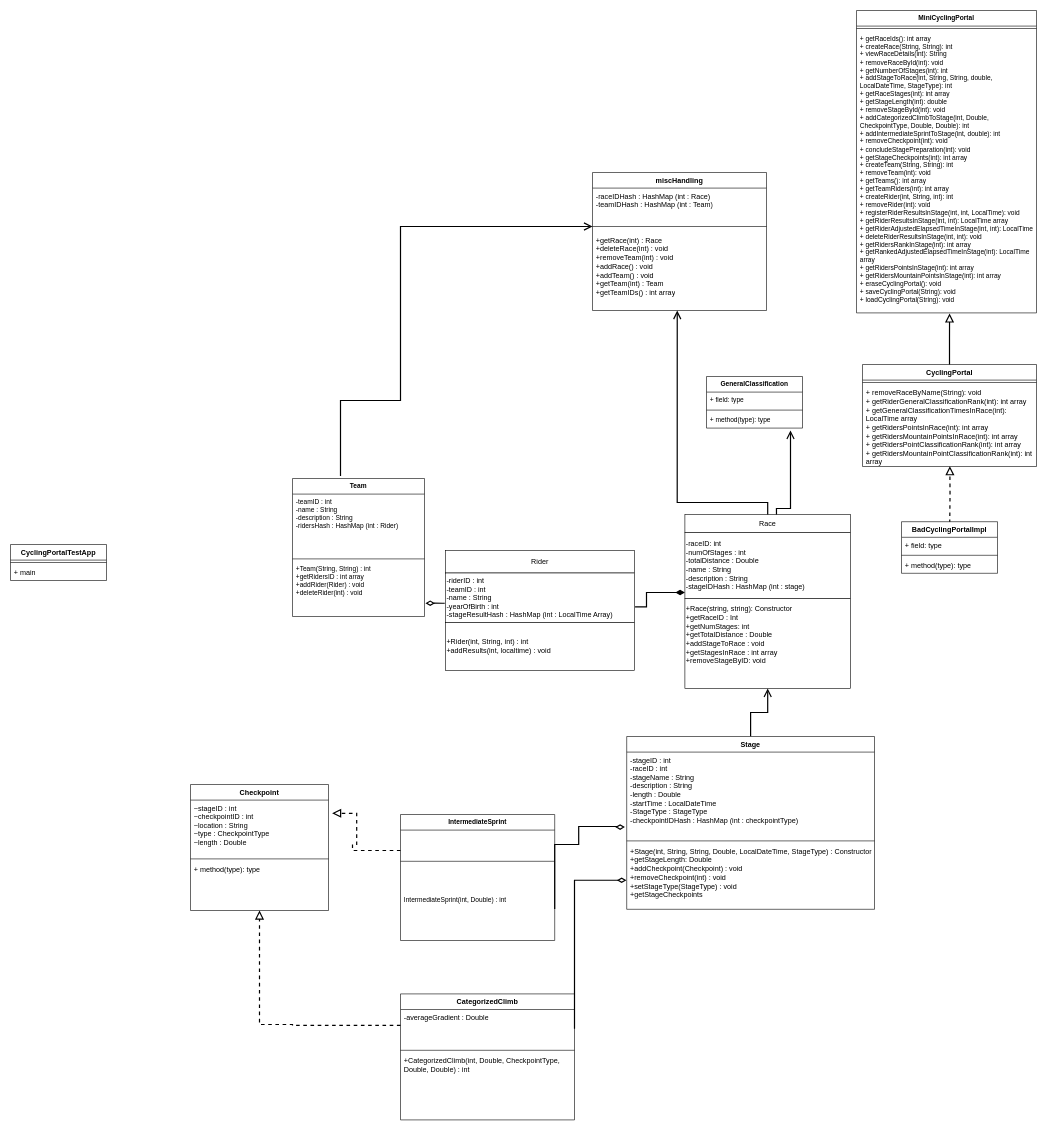
Above: OOPCyclingUML.drawio in Negativity7477/Bike-Racing (draw.io), before the change. Source tidied: cells renumbered, new cells numbered last; positions are measured from the earlier drawing's top-left corner, leaving out a move shared by most shapes. Both pictures are drawn from the tidied source at 60%, with x=0, y=0 at pixel (10, 10).
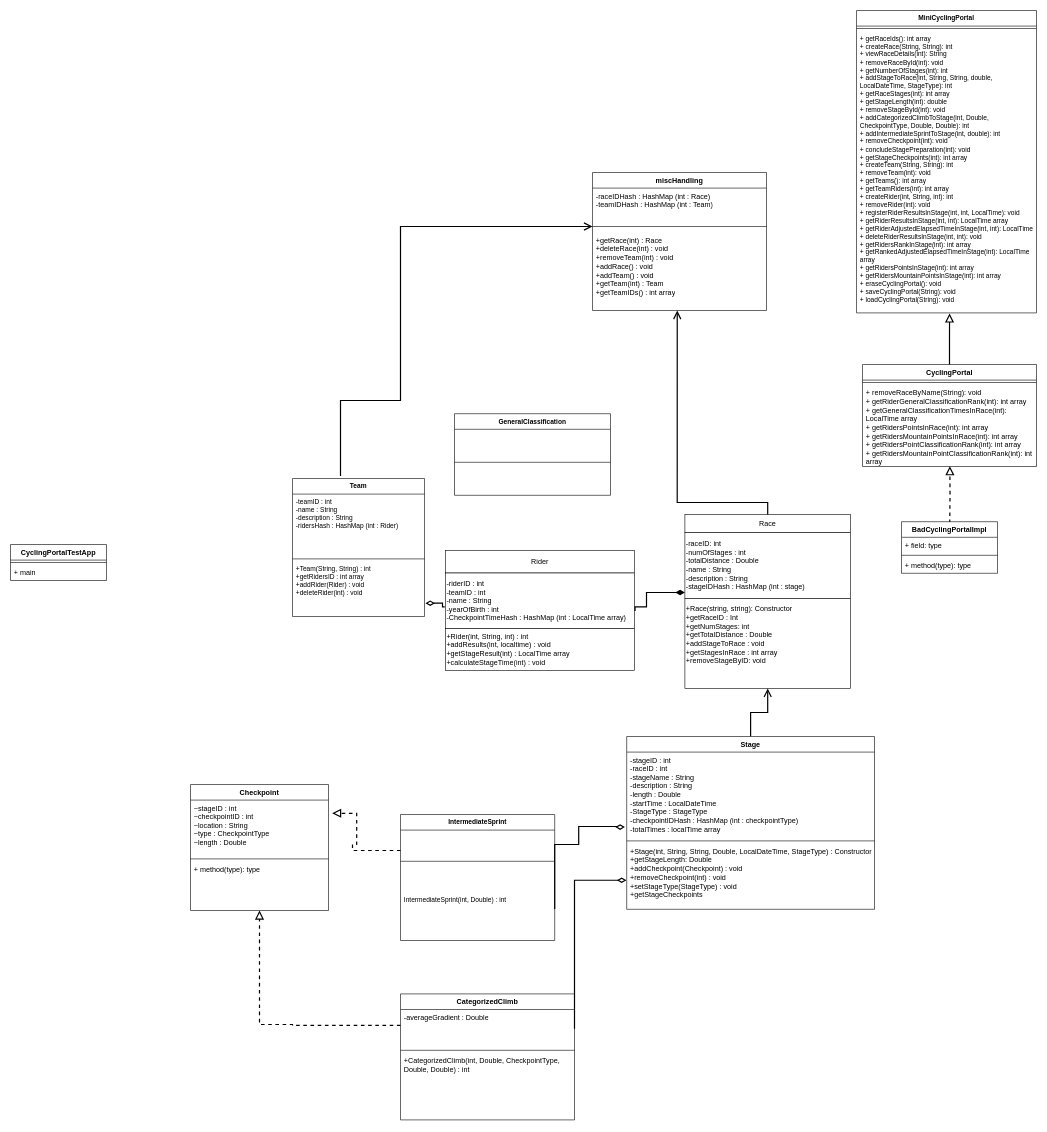
The same page after the edit.

The change refers to these unchanged cells:
```xml
<mxCell id="5" style="group;" parent="1" vertex="1">
  <mxGeometry x="725" y="900" width="315" height="200" as="geometry" />
</mxCell>
<mxCell id="10" value="Race" style="rounded=0;whiteSpace=wrap;html=1;" parent="9" vertex="1">
  <mxGeometry width="276" height="30" as="geometry" />
</mxCell>
<mxCell id="26" value="Stage" style="swimlane;fontStyle=1;align=center;verticalAlign=top;horizontal=1;startSize=26;whiteSpace=wrap;html=1;" parent="1" vertex="1">
  <mxGeometry x="1027" y="1210" width="413" height="288" as="geometry" />
</mxCell>
```

The edit, as a diff of the source:
```diff
@@
-    <mxCell id="7" value="-riderID : int&lt;div&gt;-teamID : int&lt;/div&gt;&lt;div&gt;-name : String&lt;/div&gt;&lt;div&gt;-yearOfBirth : int&lt;br&gt;&lt;/div&gt;-stageResultHash : HashMap (int : LocalTime Array) " style="rounded=0;whiteSpace=wrap;html=1;align=left;" parent="5" vertex="1">
-      <mxGeometry y="37.5" width="315" height="82.5" as="geometry" />
+    <mxCell id="7" value="-riderID : int&lt;div&gt;-teamID : int&lt;/div&gt;&lt;div&gt;-name : String&lt;/div&gt;&lt;div&gt;-yearOfBirth : int&lt;br&gt;&lt;/div&gt;-CheckpointTimeHash : HashMap (int : LocalTime array) " style="rounded=0;whiteSpace=wrap;html=1;align=left;" parent="5" vertex="1">
+      <mxGeometry y="37.5" width="315" height="92.5" as="geometry" />
     </mxCell>
-    <mxCell id="8" value="&lt;div align=&quot;left&quot;&gt;+Rider(int, String, int) : int&lt;br&gt;&lt;/div&gt;+addResults(int, localtime) : void" style="rounded=0;whiteSpace=wrap;html=1;align=left;" parent="5" vertex="1">
-      <mxGeometry y="120" width="315" height="80" as="geometry" />
+    <mxCell id="8" value="&lt;div align=&quot;left&quot;&gt;+Rider(int, String, int) : int&lt;br&gt;&lt;/div&gt;+addResults(int, localtime) : void&lt;br&gt;+getStageResult(int) : LocalTime array&lt;br&gt;+calculateStageTime(int) : void" style="rounded=0;whiteSpace=wrap;html=1;align=left;" parent="5" vertex="1">
+      <mxGeometry y="130" width="315" height="70" as="geometry" />
     </mxCell>
@@
-    <mxCell id="27" value="&lt;div&gt;-stageID : int&lt;br&gt;&lt;/div&gt;&lt;div&gt;-raceID : int&lt;br&gt;&lt;/div&gt;&lt;div&gt;-stageName : String&lt;br&gt;&lt;/div&gt;&lt;div&gt;-description : String&lt;br&gt;&lt;/div&gt;&lt;div&gt;-length : Double&lt;br&gt;&lt;/div&gt;&lt;div&gt;-startTime : LocalDateTime&lt;br&gt;&lt;/div&gt;&lt;div&gt;-StageType : StageType&lt;br&gt;&lt;/div&gt;&lt;div&gt;-checkpointIDHash : HashMap (int : checkpointType)&lt;br&gt;&lt;/div&gt;" style="text;strokeColor=none;fillColor=none;align=left;verticalAlign=top;spacingLeft=4;spacingRight=4;overflow=hidden;whiteSpace=wrap;html=1;" parent="26" vertex="1">
+    <mxCell id="27" value="&lt;div&gt;-stageID : int&lt;br&gt;&lt;/div&gt;&lt;div&gt;-raceID : int&lt;br&gt;&lt;/div&gt;&lt;div&gt;-stageName : String&lt;br&gt;&lt;/div&gt;&lt;div&gt;-description : String&lt;br&gt;&lt;/div&gt;&lt;div&gt;-length : Double&lt;br&gt;&lt;/div&gt;&lt;div&gt;-startTime : LocalDateTime&lt;br&gt;&lt;/div&gt;&lt;div&gt;-StageType : StageType&lt;br&gt;&lt;/div&gt;&lt;div&gt;-checkpointIDHash : HashMap (int : checkpointType)&lt;br&gt;&lt;/div&gt;-totalTimes : localTime array" style="text;strokeColor=none;fillColor=none;align=left;verticalAlign=top;spacingLeft=4;spacingRight=4;overflow=hidden;whiteSpace=wrap;html=1;" parent="26" vertex="1">
       <mxGeometry y="26" width="413" height="144" as="geometry" />
     </mxCell>
@@
     <mxCell id="45" value="GeneralClassification" style="swimlane;fontStyle=1;align=center;verticalAlign=top;horizontal=1;startSize=26;whiteSpace=wrap;html=1;fontFamily=Helvetica;fontSize=11;fontColor=default;labelBackgroundColor=default;" parent="1" vertex="1">
-      <mxGeometry x="1160" y="610" width="160" height="86" as="geometry" />
+      <mxGeometry x="740" y="672" width="260" height="136" as="geometry" />
     </mxCell>
-    <mxCell id="46" value="+ field: type" style="text;strokeColor=none;fillColor=none;align=left;verticalAlign=top;spacingLeft=4;spacingRight=4;overflow=hidden;whiteSpace=wrap;html=1;fontFamily=Helvetica;fontSize=11;fontColor=default;labelBackgroundColor=default;" parent="45" vertex="1">
-      <mxGeometry y="26" width="160" height="26" as="geometry" />
-    </mxCell>
     <mxCell id="47" style="line;strokeWidth=1;fillColor=none;align=left;verticalAlign=middle;spacingTop=-1;spacingLeft=3;spacingRight=3;labelPosition=right;strokeColor=inherit;fontFamily=Helvetica;fontSize=11;fontColor=default;labelBackgroundColor=default;" parent="45" vertex="1">
-      <mxGeometry y="52" width="160" height="8" as="geometry" />
+      <mxGeometry y="26" width="260" height="110" as="geometry" />
     </mxCell>
-    <mxCell id="48" value="+ method(type): type" style="text;strokeColor=none;fillColor=none;align=left;verticalAlign=top;spacingLeft=4;spacingRight=4;overflow=hidden;whiteSpace=wrap;html=1;fontFamily=Helvetica;fontSize=11;fontColor=default;labelBackgroundColor=default;" parent="45" vertex="1">
-      <mxGeometry y="60" width="160" height="26" as="geometry" />
-    </mxCell>
@@
-    <mxCell id="59" style="endArrow=open;html=1;rounded=0;endFill=0;strokeWidth=2;endSize=10;startSize=10;edgeStyle=orthogonalEdgeStyle;exitX=0.553;exitY=-0.004;exitDx=0;exitDy=0;exitPerimeter=0;" parent="1" edge="1" source="10">
-      <mxGeometry relative="1" as="geometry">
-        <mxPoint x="1300" y="700" as="targetPoint" />
-        <Array as="points">
-          <mxPoint x="1277" y="830" />
-          <mxPoint x="1300" y="830" />
-          <mxPoint x="1300" y="700" />
-        </Array>
-      </mxGeometry>
-    </mxCell>
```
